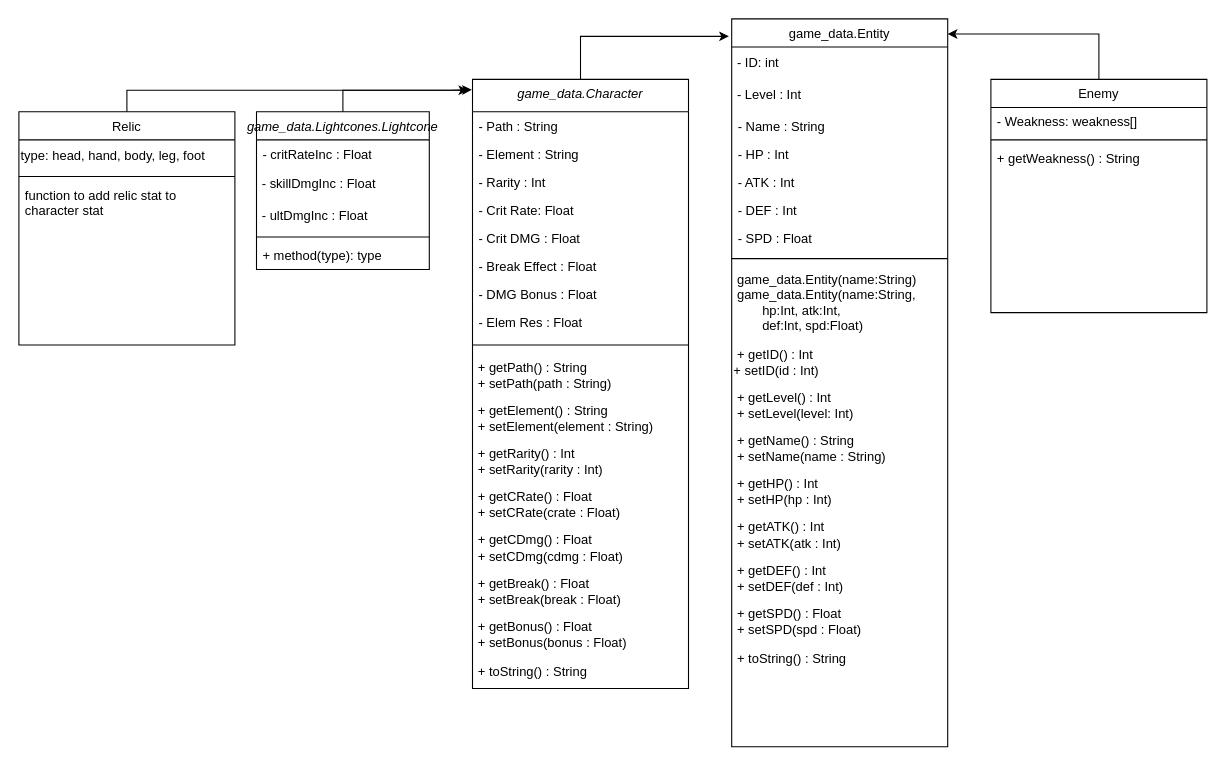
Before: HSR UML.drawio in YourfriendTutu/HSR_Dmg_Calc, a draw.io diagram. Source tidied: cells renumbered, new cells numbered last; positions are measured from the earlier drawing's top-left corner, leaving out a move shared by most shapes. Both pictures are drawn from the tidied source at 108%, with x=0, y=0 at pixel (18, 18).
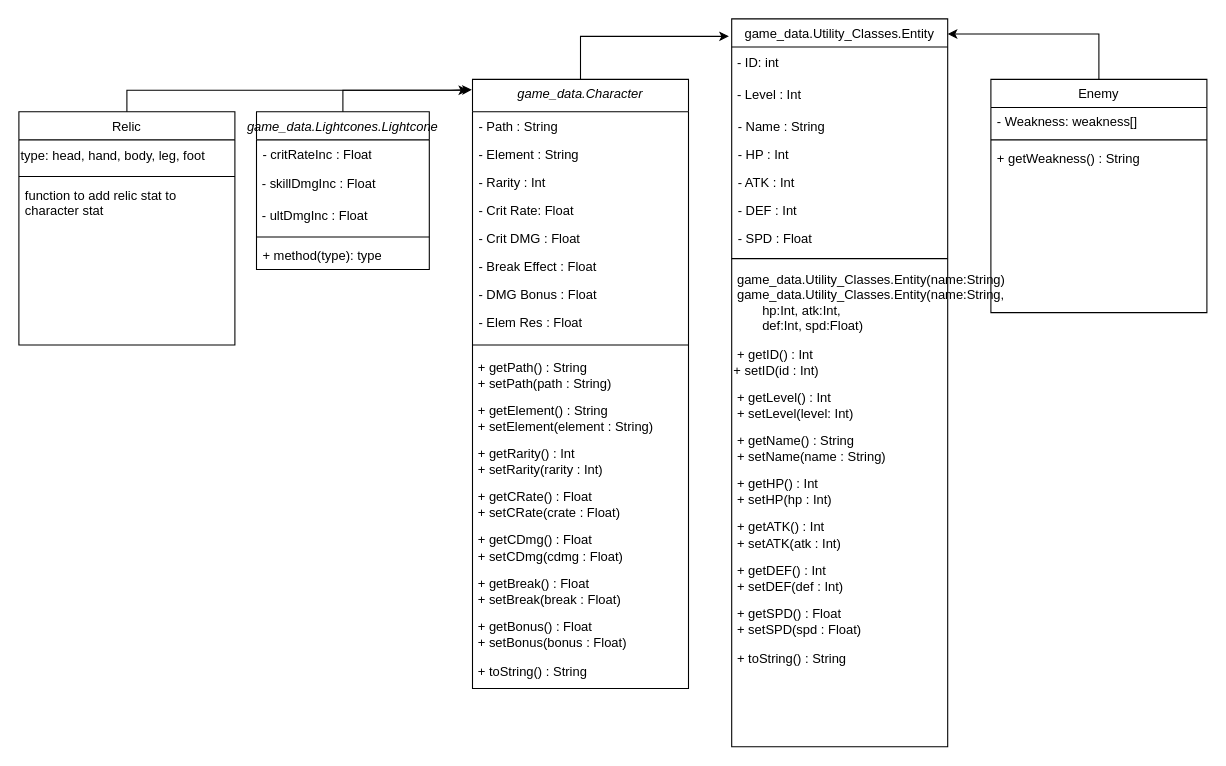
The same diagram, later.

The edit, as a diff of the source:
```diff
@@
-    <mxCell id="20" value="game_data.Entity" style="swimlane;fontStyle=0;align=center;verticalAlign=top;horizontal=1;startSize=26;rounded=0;shadow=0;strokeWidth=1;" parent="1" vertex="1">
+    <mxCell id="20" value="game_data.Utility_Classes.Entity" style="swimlane;fontStyle=0;align=center;verticalAlign=top;horizontal=1;startSize=26;rounded=0;shadow=0;strokeWidth=1;" parent="1" vertex="1">
       <mxGeometry x="660" width="200" height="674" as="geometry" />
     </mxCell>
@@
-    <mxCell id="29" value="&lt;div&gt;&lt;span style=&quot;background-color: transparent; color: light-dark(rgb(0, 0, 0), rgb(255, 255, 255));&quot;&gt;&amp;nbsp;game_data.Entity(name:String)&lt;/span&gt;&lt;/div&gt;&amp;nbsp;game_data.Entity(name:String,&amp;nbsp;&lt;div&gt;&lt;span style=&quot;white-space: pre;&quot;&gt;&#9;&lt;/span&gt;hp:Int, atk:Int,&lt;div&gt;&lt;span style=&quot;white-space: pre;&quot;&gt;&#9;&lt;/span&gt;def:Int, spd:Float)&lt;/div&gt;&lt;/div&gt;" style="text;html=1;align=left;verticalAlign=middle;strokeColor=none;fillColor=none;" parent="20" vertex="1">
+    <mxCell id="29" value="&lt;div&gt;&lt;span style=&quot;background-color: transparent; color: light-dark(rgb(0, 0, 0), rgb(255, 255, 255));&quot;&gt;&amp;nbsp;game_data.Utility_Classes.Entity(name:String)&lt;/span&gt;&lt;/div&gt;&amp;nbsp;game_data.Utility_Classes.Entity(name:String,&amp;nbsp;&lt;div&gt;&lt;span style=&quot;white-space: pre;&quot;&gt;&#9;&lt;/span&gt;hp:Int, atk:Int,&lt;div&gt;&lt;span style=&quot;white-space: pre;&quot;&gt;&#9;&lt;/span&gt;def:Int, spd:Float)&lt;/div&gt;&lt;/div&gt;" style="text;html=1;align=left;verticalAlign=middle;strokeColor=none;fillColor=none;" parent="20" vertex="1">
       <mxGeometry y="228" width="200" height="70" as="geometry" />
     </mxCell>
```
